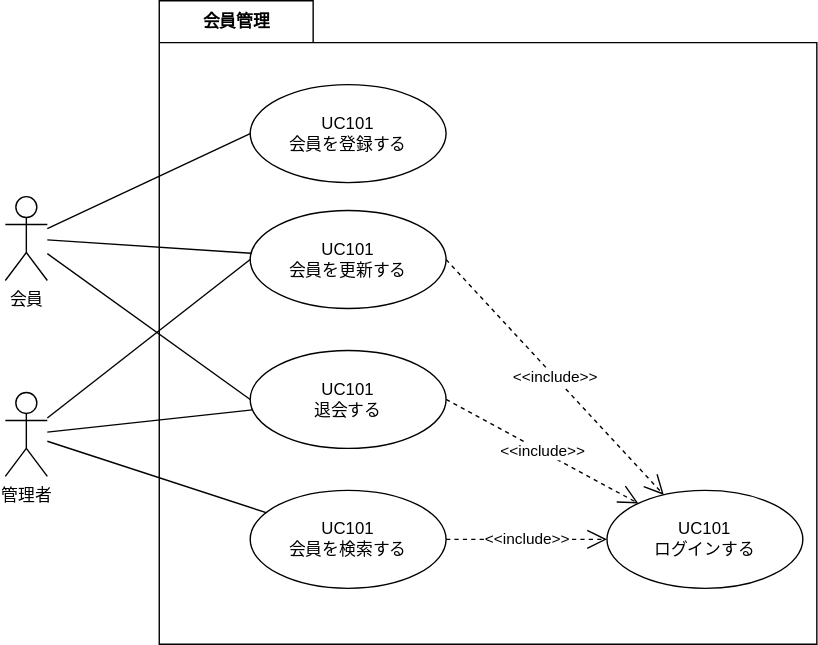
The draw.io diagram documents/10_要件定義/image/usecase.svg in la-java-silicon-2021/shopping-doc, before a commit. Source tidied: cells renumbered, new cells last; positions are measured from the earlier drawing's top-left corner, leaving out a move shared by most shapes.
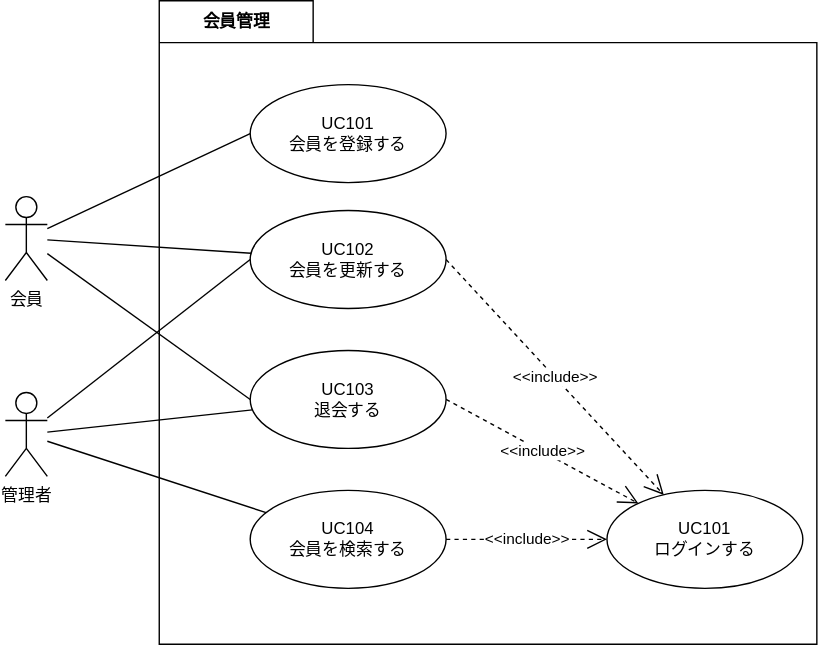
Above is the later version.

Commit message:
usecase.svg を更新します

The edit, as a diff of the source:
```diff
@@ -11,13 +11,13 @@
     <mxCell id="4" value="UC101&lt;br&gt;会員を登録する" style="ellipse;whiteSpace=wrap;html=1;" parent="1" vertex="1">
       <mxGeometry x="175" y="60" width="140" height="70" as="geometry" />
     </mxCell>
-    <mxCell id="5" value="UC101&lt;br&gt;会員を更新する" style="ellipse;whiteSpace=wrap;html=1;" parent="1" vertex="1">
+    <mxCell id="5" value="UC102&lt;br&gt;会員を更新する" style="ellipse;whiteSpace=wrap;html=1;" parent="1" vertex="1">
       <mxGeometry x="175" y="150" width="140" height="70" as="geometry" />
     </mxCell>
-    <mxCell id="6" value="UC101&lt;br&gt;退会する" style="ellipse;whiteSpace=wrap;html=1;" parent="1" vertex="1">
+    <mxCell id="6" value="UC103&lt;br&gt;退会する" style="ellipse;whiteSpace=wrap;html=1;" parent="1" vertex="1">
       <mxGeometry x="175" y="250" width="140" height="70" as="geometry" />
     </mxCell>
-    <mxCell id="7" value="UC101&lt;br&gt;会員を検索する" style="ellipse;whiteSpace=wrap;html=1;" parent="1" vertex="1">
+    <mxCell id="7" value="UC104&lt;br&gt;会員を検索する" style="ellipse;whiteSpace=wrap;html=1;" parent="1" vertex="1">
       <mxGeometry x="175" y="350" width="140" height="70" as="geometry" />
     </mxCell>
     <mxCell id="8" value="UC101&lt;br&gt;ログインする" style="ellipse;whiteSpace=wrap;html=1;" parent="1" vertex="1">
```
